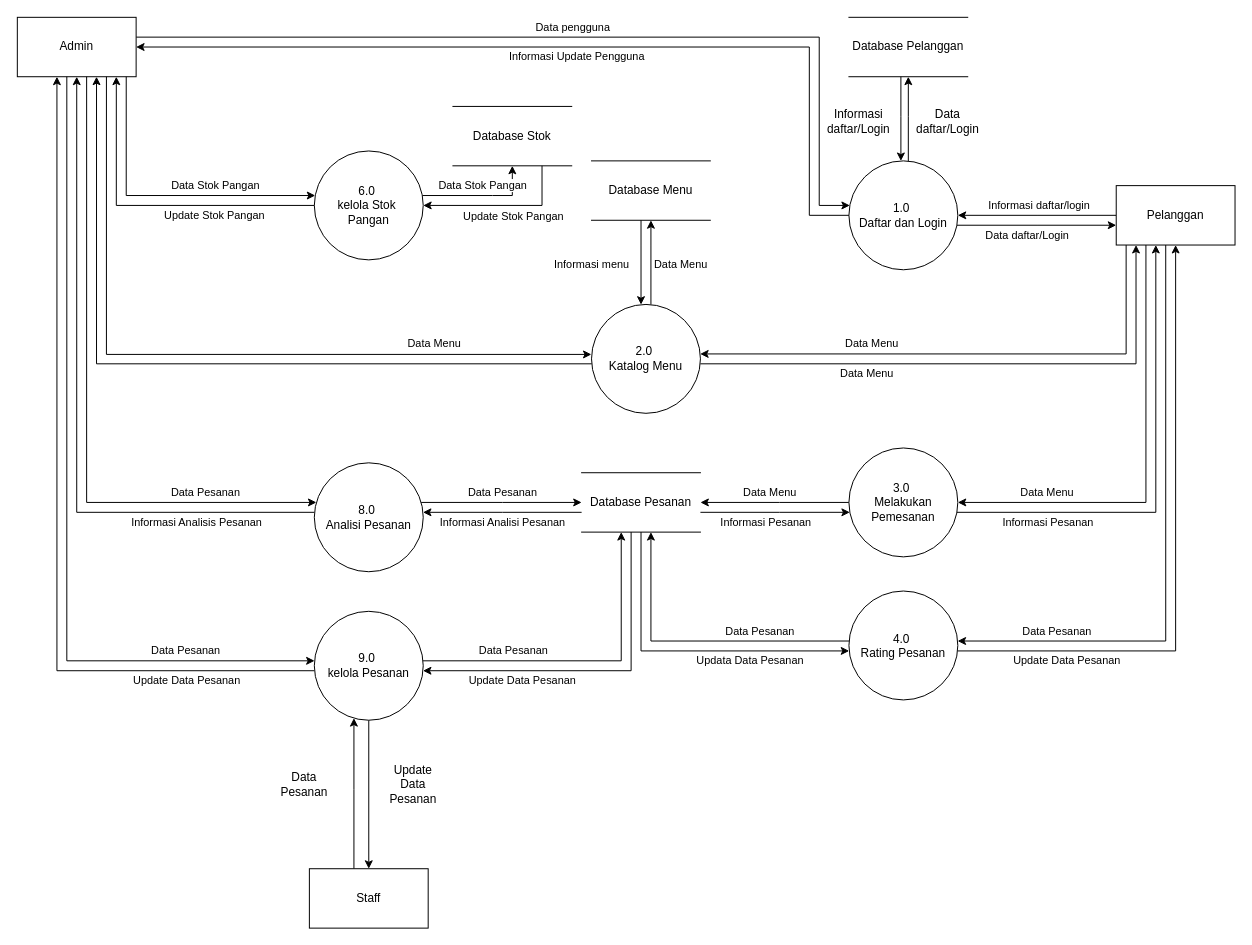
The draw.io diagram page "Halaman-2" (2 of 2) of UAS RKDS.drawio in ubptr/porject-01, before the edit. Source tidied: cells renumbered, new cells numbered last; positions are measured from the earlier drawing's top-left corner, leaving out a move shared by most shapes. Both pictures are drawn from the tidied source at 99%, with x=0, y=0 at pixel (17, 17).
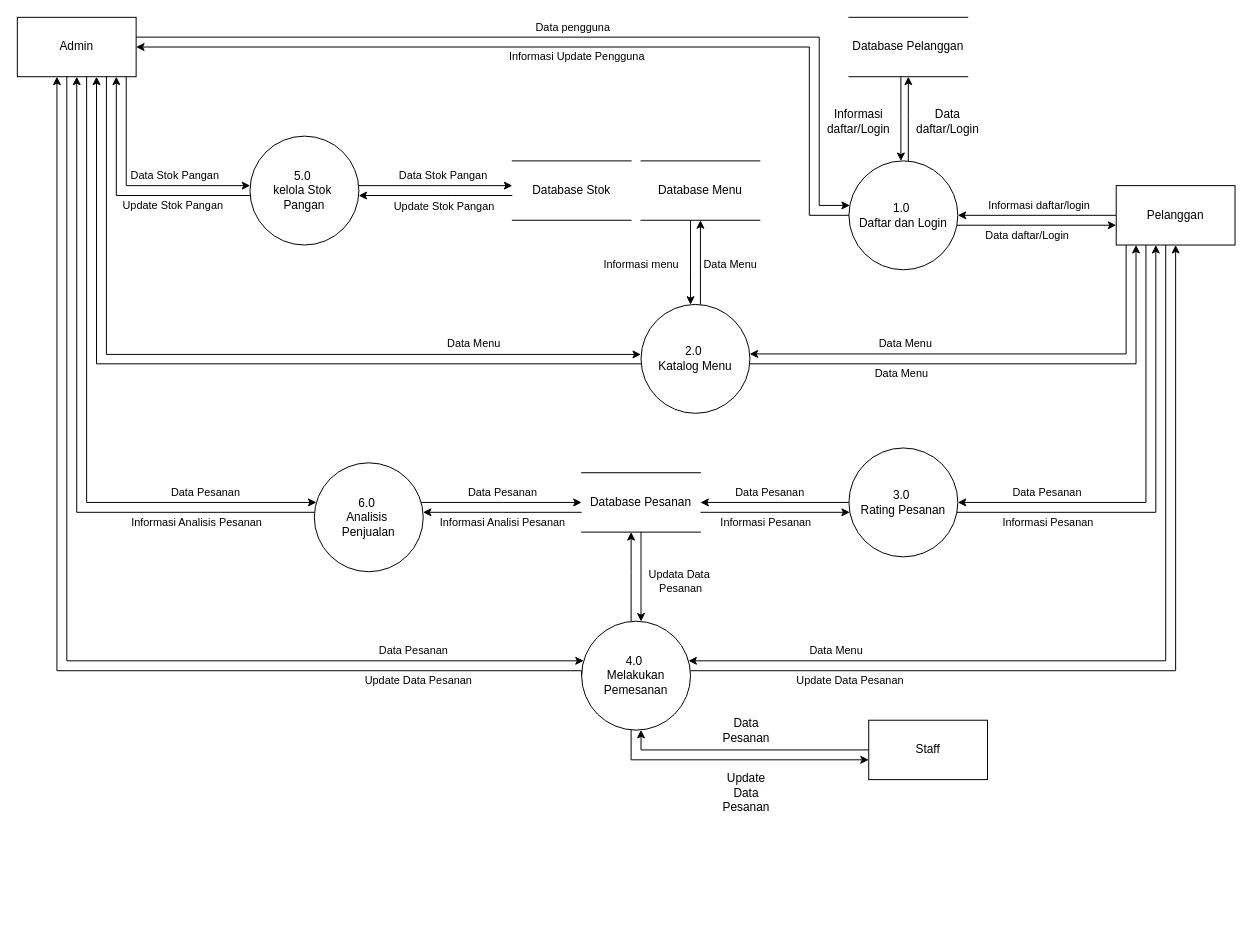
The same diagram, later.

The change refers to these unchanged cells:
```xml
<mxCell id="6" value="Pelanggan" style="rounded=0;whiteSpace=wrap;html=1;" parent="1" vertex="1">
  <mxGeometry x="1110" y="170" width="120" height="60" as="geometry" />
</mxCell>
<mxCell id="8" value="Admin" style="rounded=0;whiteSpace=wrap;html=1;" parent="1" vertex="1">
  <mxGeometry width="120" height="60" as="geometry" />
</mxCell>
<mxCell id="21" value="Database Pesanan" style="shape=partialRectangle;whiteSpace=wrap;html=1;left=0;right=0;fillColor=none;" parent="1" vertex="1">
  <mxGeometry x="570" y="460" width="120" height="60" as="geometry" />
</mxCell>
```

What changed in the source:
```diff
@@
-    <mxCell id="4" value="Data Menu" style="edgeStyle=orthogonalEdgeStyle;rounded=0;jettySize=auto;html=1;" parent="1" edge="1" source="6" target="26">
+    <mxCell id="4" value="Data Pesanan" style="edgeStyle=orthogonalEdgeStyle;rounded=0;jettySize=auto;html=1;" parent="1" edge="1" source="6" target="26">
       <mxGeometry x="0.6" y="-10" relative="1" as="geometry">
         <Array as="points">
           <mxPoint x="1140" y="490" />
         </Array>
       </mxGeometry>
     </mxCell>
-    <mxCell id="5" value="Data Pesanan" style="edgeStyle=orthogonalEdgeStyle;rounded=0;jettySize=auto;html=1;" parent="1" edge="1" source="6" target="28">
+    <mxCell id="5" value="Data Menu" style="edgeStyle=orthogonalEdgeStyle;rounded=0;jettySize=auto;html=1;" parent="1" edge="1" source="6" target="28">
       <mxGeometry x="0.67" y="-10" relative="1" as="geometry">
         <Array as="points">
-          <mxPoint x="1160" y="630" />
+          <mxPoint x="1160" y="650" />
         </Array>
       </mxGeometry>
     </mxCell>
@@
-    <mxCell id="9" style="edgeStyle=orthogonalEdgeStyle;rounded=0;jettySize=auto;html=1;" parent="1" edge="1" source="10" target="38">
-      <mxGeometry relative="1" as="geometry">
+    <mxCell id="9" value="&lt;span style=&quot;color: rgb(0, 0, 0); font-family: Helvetica; font-size: 12px; font-style: normal; font-variant-ligatures: normal; font-variant-caps: normal; font-weight: 400; letter-spacing: normal; orphans: 2; text-align: center; text-indent: 0px; text-transform: none; widows: 2; word-spacing: 0px; -webkit-text-stroke-width: 0px; white-space: normal; background-color: rgb(251, 251, 251); text-decoration-thickness: initial; text-decoration-style: initial; text-decoration-color: initial; float: none; display: inline !important;&quot;&gt;Data Pesanan&lt;/span&gt;" style="edgeStyle=orthogonalEdgeStyle;rounded=0;jettySize=auto;html=1;" parent="1" edge="1" source="10" target="28">
+      <mxGeometry x="-0.01" y="-20" relative="1" as="geometry">
         <Array as="points">
-          <mxPoint x="340" y="780" />
-          <mxPoint x="340" y="780" />
+          <mxPoint x="630" y="740" />
         </Array>
       </mxGeometry>
     </mxCell>
     <mxCell id="10" value="Staff" style="rounded=0;whiteSpace=wrap;html=1;" parent="1" vertex="1">
-      <mxGeometry x="295" y="860" width="120" height="60" as="geometry" />
+      <mxGeometry x="860" y="710" width="120" height="60" as="geometry" />
     </mxCell>
@@
     <mxCell id="16" value="Informasi menu" style="edgeStyle=orthogonalEdgeStyle;rounded=0;jettySize=auto;html=1;" parent="1" edge="1" source="17" target="24">
       <mxGeometry x="0.06" y="-50" relative="1" as="geometry">
         <Array as="points">
-          <mxPoint x="630" y="230" />
-          <mxPoint x="630" y="230" />
+          <mxPoint x="680" y="260" />
+          <mxPoint x="680" y="260" />
         </Array>
       </mxGeometry>
     </mxCell>
     <mxCell id="17" value="Database Menu" style="shape=partialRectangle;whiteSpace=wrap;html=1;left=0;right=0;fillColor=none;" parent="1" vertex="1">
-      <mxGeometry x="580" y="145" width="120" height="60" as="geometry" />
+      <mxGeometry x="630" y="145" width="120" height="60" as="geometry" />
     </mxCell>
     <mxCell id="18" value="Database Stok" style="shape=partialRectangle;whiteSpace=wrap;html=1;left=0;right=0;fillColor=none;" parent="1" vertex="1">
-      <mxGeometry x="440" y="90" width="120" height="60" as="geometry" />
+      <mxGeometry x="500" y="145" width="120" height="60" as="geometry" />
     </mxCell>
@@
-    <mxCell id="20" value="Update Data Pesanan" style="edgeStyle=orthogonalEdgeStyle;rounded=0;jettySize=auto;html=1;" parent="1" edge="1" source="21" target="38">
-      <mxGeometry x="0.43" y="10" relative="1" as="geometry">
-        <Array as="points">
-          <mxPoint x="620" y="660" />
-        </Array>
-      </mxGeometry>
-    </mxCell>
@@
     <mxCell id="23" value="Data Menu" style="edgeStyle=orthogonalEdgeStyle;rounded=0;jettySize=auto;html=1;" parent="1" edge="1" source="24" target="17">
       <mxGeometry x="-0.06" y="-30" relative="1" as="geometry">
         <Array as="points">
-          <mxPoint x="640" y="230" />
-          <mxPoint x="640" y="230" />
+          <mxPoint x="690" y="250" />
+          <mxPoint x="690" y="250" />
         </Array>
       </mxGeometry>
     </mxCell>
     <mxCell id="24" value="2.0&amp;nbsp;&lt;div&gt;Katalog Menu&lt;/div&gt;" style="ellipse;whiteSpace=wrap;html=1;" parent="1" vertex="1">
-      <mxGeometry x="580" y="290" width="110" height="110" as="geometry" />
+      <mxGeometry x="630" y="290" width="110" height="110" as="geometry" />
     </mxCell>
-    <mxCell id="25" value="Data Menu" style="edgeStyle=orthogonalEdgeStyle;rounded=0;jettySize=auto;html=1;" parent="1" edge="1" source="26" target="21">
+    <mxCell id="25" value="Data Pesanan" style="edgeStyle=orthogonalEdgeStyle;rounded=0;jettySize=auto;html=1;" parent="1" edge="1" source="26" target="21">
       <mxGeometry x="0.07" y="-10" relative="1" as="geometry">
         <Array as="points">
           <mxPoint x="770" y="490" />
           <mxPoint x="770" y="490" />
         </Array>
       </mxGeometry>
     </mxCell>
-    <mxCell id="26" value="3.0&amp;nbsp;&lt;div&gt;Melakukan Pemesanan&lt;/div&gt;" style="ellipse;whiteSpace=wrap;html=1;" parent="1" vertex="1">
+    <mxCell id="26" value="3.0&amp;nbsp;&lt;div&gt;Rating Pesanan&lt;/div&gt;" style="ellipse;whiteSpace=wrap;html=1;" parent="1" vertex="1">
       <mxGeometry x="840" y="435" width="110" height="110" as="geometry" />
     </mxCell>
@@
-    <mxCell id="28" value="4.0&amp;nbsp;&lt;div&gt;Rating Pesanan&lt;/div&gt;" style="ellipse;whiteSpace=wrap;html=1;" parent="1" vertex="1">
-      <mxGeometry x="840" y="579.5" width="110" height="110" as="geometry" />
+    <mxCell id="28" value="4.0&amp;nbsp;&lt;div&gt;Melakukan Pemesanan&lt;/div&gt;" style="ellipse;whiteSpace=wrap;html=1;" parent="1" vertex="1">
+      <mxGeometry x="570" y="610" width="110" height="110" as="geometry" />
     </mxCell>
     <mxCell id="29" value="Update Data Pesanan" style="edgeStyle=orthogonalEdgeStyle;rounded=0;jettySize=auto;html=1;" parent="1" edge="1" source="28" target="6">
       <mxGeometry x="-0.65" y="-10" relative="1" as="geometry">
         <Array as="points">
-          <mxPoint x="1170" y="640" />
+          <mxPoint x="1170" y="660" />
         </Array>
       </mxGeometry>
     </mxCell>
-    <mxCell id="30" value="Data Pesanan" style="edgeStyle=orthogonalEdgeStyle;rounded=0;jettySize=auto;html=1;" parent="1" edge="1" source="28" target="21">
-      <mxGeometry x="-0.42" y="-10" relative="1" as="geometry">
+    <mxCell id="30" style="edgeStyle=orthogonalEdgeStyle;rounded=0;jettySize=auto;html=1;" parent="1" edge="1" source="28" target="21">
+      <mxGeometry x="-0.11" y="20" relative="1" as="geometry">
         <Array as="points">
-          <mxPoint x="640" y="630" />
+          <mxPoint x="620" y="560" />
+          <mxPoint x="620" y="560" />
         </Array>
       </mxGeometry>
     </mxCell>
-    <mxCell id="31" value="Updata Data Pesanan" style="edgeStyle=orthogonalEdgeStyle;rounded=0;jettySize=auto;html=1;" parent="1" edge="1" source="21" target="28">
-      <mxGeometry x="0.39" y="-10" relative="1" as="geometry">
+    <mxCell id="31" value="Updata Data&amp;nbsp;&lt;div&gt;Pesanan&lt;/div&gt;" style="edgeStyle=orthogonalEdgeStyle;rounded=0;jettySize=auto;html=1;" parent="1" edge="1" source="21" target="28">
+      <mxGeometry x="0.11" y="40" relative="1" as="geometry">
         <Array as="points">
-          <mxPoint x="630" y="640" />
+          <mxPoint x="630" y="560" />
+          <mxPoint x="630" y="560" />
         </Array>
       </mxGeometry>
     </mxCell>
@@
-    <mxCell id="35" value="Update Data Pesanan" style="edgeStyle=orthogonalEdgeStyle;rounded=0;jettySize=auto;html=1;" parent="1" edge="1" source="38" target="8">
+    <mxCell id="35" value="Update Data Pesanan" style="edgeStyle=orthogonalEdgeStyle;rounded=0;jettySize=auto;html=1;exitX=0;exitY=0.5;exitDx=0;exitDy=0;" parent="1" edge="1" source="28" target="8">
       <mxGeometry x="-0.7" y="10" relative="1" as="geometry">
         <Array as="points">
+          <mxPoint x="570" y="660" />
           <mxPoint x="40" y="660" />
         </Array>
       </mxGeometry>
     </mxCell>
-    <mxCell id="36" value="Data Pesanan" style="edgeStyle=orthogonalEdgeStyle;rounded=0;jettySize=auto;html=1;" parent="1" edge="1" source="38" target="21">
-      <mxGeometry x="-0.45" y="10" relative="1" as="geometry">
-        <Array as="points">
-          <mxPoint x="610" y="650" />
-        </Array>
-      </mxGeometry>
-    </mxCell>
-    <mxCell id="37" style="edgeStyle=orthogonalEdgeStyle;rounded=0;jettySize=auto;html=1;entryX=0.5;entryY=0;entryDx=0;entryDy=0;" parent="1" edge="1" source="38" target="10">
-      <mxGeometry relative="1" as="geometry" />
+    <mxCell id="37" value="&lt;span style=&quot;color: rgb(0, 0, 0); font-family: Helvetica; font-size: 12px; font-style: normal; font-variant-ligatures: normal; font-variant-caps: normal; font-weight: 400; letter-spacing: normal; orphans: 2; text-align: center; text-indent: 0px; text-transform: none; widows: 2; word-spacing: 0px; -webkit-text-stroke-width: 0px; white-space: normal; background-color: rgb(251, 251, 251); text-decoration-thickness: initial; text-decoration-style: initial; text-decoration-color: initial; float: none; display: inline !important;&quot;&gt;Update Data Pesanan&lt;/span&gt;&lt;div&gt;&lt;br/&gt;&lt;/div&gt;" style="edgeStyle=orthogonalEdgeStyle;rounded=0;jettySize=auto;html=1;" parent="1" edge="1" source="28" target="10">
+      <mxGeometry x="0.08" y="-40" relative="1" as="geometry">
+        <Array as="points">
+          <mxPoint x="620" y="750" />
+        </Array>
+      </mxGeometry>
     </mxCell>
-    <mxCell id="38" value="9.0&amp;nbsp;&lt;div&gt;kelola Pesanan&lt;/div&gt;" style="ellipse;whiteSpace=wrap;html=1;" parent="1" vertex="1">
-      <mxGeometry x="300" y="600" width="110" height="110" as="geometry" />
-    </mxCell>
-    <mxCell id="39" value="Data Pesanan" style="edgeStyle=orthogonalEdgeStyle;rounded=0;jettySize=auto;html=1;" parent="1" edge="1" source="8" target="38">
+    <mxCell id="39" value="Data Pesanan" style="edgeStyle=orthogonalEdgeStyle;rounded=0;jettySize=auto;html=1;" parent="1" edge="1" source="8" target="28">
       <mxGeometry x="0.69" y="10" relative="1" as="geometry">
         <Array as="points">
           <mxPoint x="50" y="650" />
         </Array>
       </mxGeometry>
     </mxCell>
     <mxCell id="40" value="&lt;span style=&quot;color: rgb(0, 0, 0); font-family: Helvetica; font-size: 11px; font-style: normal; font-variant-ligatures: normal; font-variant-caps: normal; font-weight: 400; letter-spacing: normal; orphans: 2; text-align: center; text-indent: 0px; text-transform: none; widows: 2; word-spacing: 0px; -webkit-text-stroke-width: 0px; white-space: nowrap; background-color: rgb(255, 255, 255); text-decoration-thickness: initial; text-decoration-style: initial; text-decoration-color: initial; display: inline !important; float: none;&quot;&gt;Data Stok Pangan&lt;/span&gt;" style="edgeStyle=orthogonalEdgeStyle;rounded=0;jettySize=auto;html=1;" parent="1" edge="1" source="41" target="18">
-      <mxGeometry x="0.01" y="10" relative="1" as="geometry">
+      <mxGeometry x="0.1" y="10" relative="1" as="geometry">
         <Array as="points">
-          <mxPoint x="480" y="180" />
-          <mxPoint x="480" y="180" />
+          <mxPoint x="420" y="170" />
+          <mxPoint x="420" y="170" />
         </Array>
       </mxGeometry>
     </mxCell>
-    <mxCell id="41" value="6.0&amp;nbsp;&lt;div&gt;kelola Stok&amp;nbsp;&lt;/div&gt;&lt;div&gt;Pangan&lt;/div&gt;" style="ellipse;whiteSpace=wrap;html=1;" parent="1" vertex="1">
-      <mxGeometry x="300" y="135" width="110" height="110" as="geometry" />
+    <mxCell id="41" value="5.0&amp;nbsp;&lt;div&gt;kelola Stok&amp;nbsp;&lt;/div&gt;&lt;div&gt;Pangan&lt;/div&gt;" style="ellipse;whiteSpace=wrap;html=1;" parent="1" vertex="1">
+      <mxGeometry x="235" y="120" width="110" height="110" as="geometry" />
     </mxCell>
     <mxCell id="42" value="Data Stok Pangan" style="edgeStyle=orthogonalEdgeStyle;rounded=0;jettySize=auto;html=1;" parent="1" edge="1" source="8" target="41">
       <mxGeometry x="0.35" y="10" relative="1" as="geometry">
         <Array as="points">
-          <mxPoint x="110" y="180" />
+          <mxPoint x="110" y="170" />
         </Array>
       </mxGeometry>
     </mxCell>
     <mxCell id="43" value="&lt;span style=&quot;color: rgb(0, 0, 0); font-family: Helvetica; font-size: 11px; font-style: normal; font-variant-ligatures: normal; font-variant-caps: normal; font-weight: 400; letter-spacing: normal; orphans: 2; text-align: center; text-indent: 0px; text-transform: none; widows: 2; word-spacing: 0px; -webkit-text-stroke-width: 0px; white-space: nowrap; background-color: rgb(255, 255, 255); text-decoration-thickness: initial; text-decoration-style: initial; text-decoration-color: initial; display: inline !important; float: none;&quot;&gt;Update Stok Pangan&lt;/span&gt;" style="edgeStyle=orthogonalEdgeStyle;rounded=0;jettySize=auto;html=1;" parent="1" edge="1" source="41" target="8">
       <mxGeometry x="-0.39" y="10" relative="1" as="geometry">
         <Array as="points">
-          <mxPoint x="100" y="190" />
+          <mxPoint x="100" y="180" />
         </Array>
       </mxGeometry>
     </mxCell>
     <mxCell id="44" style="edgeStyle=orthogonalEdgeStyle;rounded=0;jettySize=auto;html=1;" parent="1" edge="1" source="18" target="41">
       <mxGeometry relative="1" as="geometry">
         <Array as="points">
-          <mxPoint x="530" y="190" />
-          <mxPoint x="530" y="190" />
+          <mxPoint x="440" y="180" />
+          <mxPoint x="440" y="180" />
         </Array>
       </mxGeometry>
     </mxCell>
     <mxCell id="45" value="Update Stok Pangan" style="edgeLabel;html=1;align=center;verticalAlign=middle;" parent="44" vertex="1">
       <mxGeometry x="-0.12" y="1" relative="1" as="geometry">
-        <mxPoint y="9" as="offset" />
+        <mxPoint x="-2" y="9" as="offset" />
       </mxGeometry>
     </mxCell>
@@
-    <mxCell id="47" value="8.0&amp;nbsp;&lt;div&gt;Analisi Pesanan&lt;/div&gt;" style="ellipse;whiteSpace=wrap;html=1;" parent="1" vertex="1">
+    <mxCell id="47" value="6.0&amp;nbsp;&lt;div&gt;Analisis&amp;nbsp;&lt;/div&gt;&lt;div&gt;Penjualan&lt;/div&gt;" style="ellipse;whiteSpace=wrap;html=1;" parent="1" vertex="1">
       <mxGeometry x="300" y="450" width="110" height="110" as="geometry" />
     </mxCell>
@@
-    <mxCell id="53" value="Data Pesanan" style="text;html=1;align=center;verticalAlign=middle;whiteSpace=wrap;rounded=0;" parent="1" vertex="1">
-      <mxGeometry x="260" y="760" width="60" height="30" as="geometry" />
-    </mxCell>
-    <mxCell id="54" value="Update Data Pesanan" style="text;html=1;align=center;verticalAlign=middle;whiteSpace=wrap;rounded=0;" parent="1" vertex="1">
-      <mxGeometry x="370" y="760" width="60" height="30" as="geometry" />
-    </mxCell>
```
